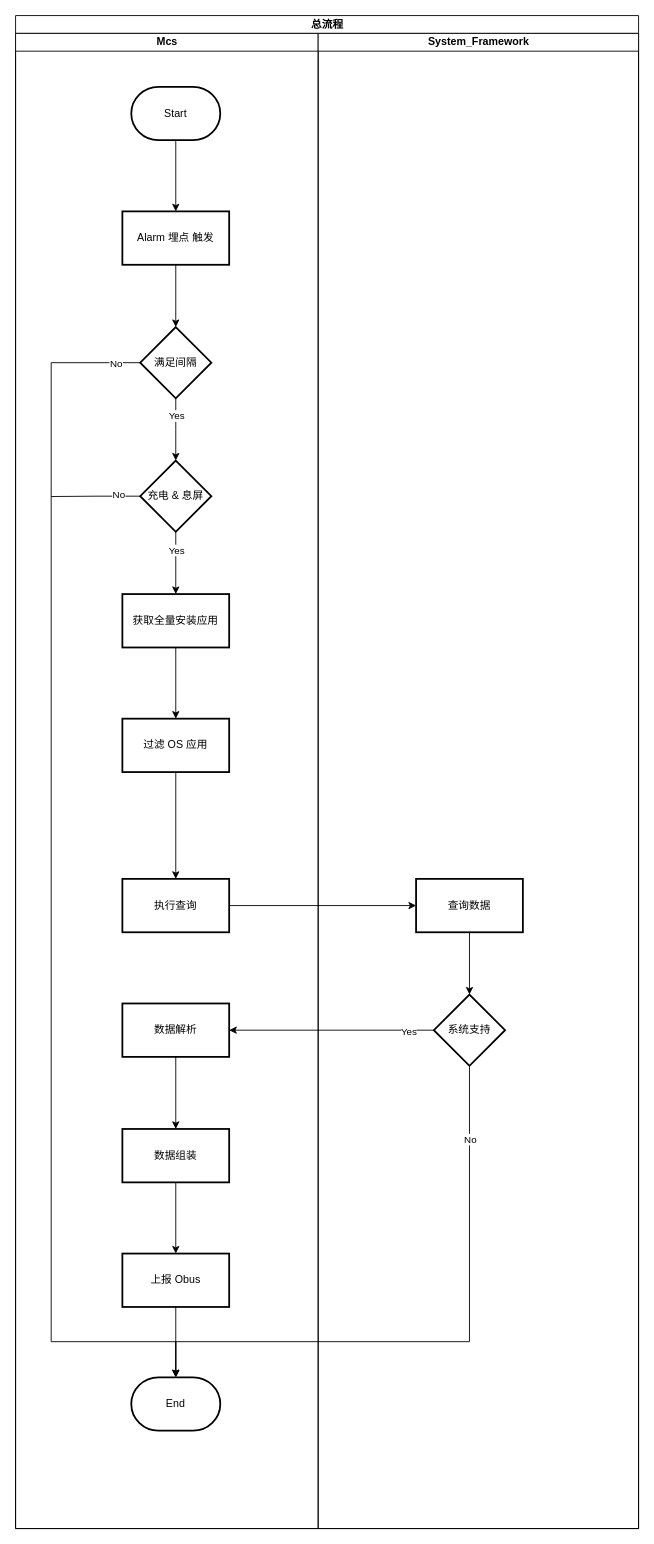
Earlier version of the draw.io diagram 系统权限采集.drawio (WatchAnt/for_draw.io). Source tidied: cells renumbered, new cells numbered last; positions are measured from the earlier drawing's top-left corner, leaving out a move shared by most shapes. Both pictures are drawn from the tidied source at 89%, with x=0, y=0 at pixel (15, 15).
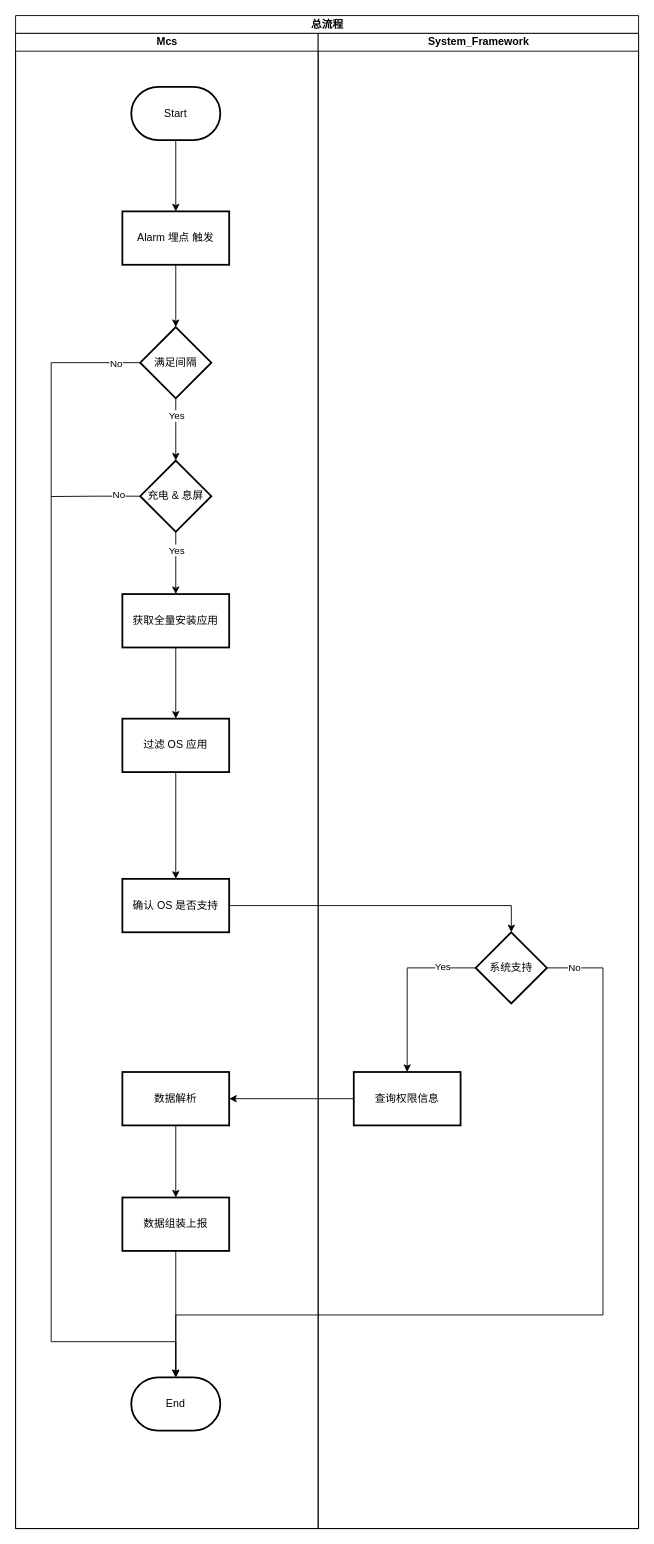
The same diagram, later.

Commit message (it also covers changes not shown here):
更新系统权限采集.drawio

The change refers to these unchanged cells:
```xml
<mxCell id="8" value="System_Framework" style="swimlane;startSize=20;html=1;" parent="2" vertex="1">
  <mxGeometry x="340" y="20" width="360" height="1680" as="geometry" />
</mxCell>
<mxCell id="34" value="End" style="strokeWidth=2;html=1;shape=mxgraph.flowchart.terminator;whiteSpace=wrap;" parent="1" vertex="1">
  <mxGeometry x="130" y="1530" width="100" height="60" as="geometry" />
</mxCell>
```

Change to the diagram source:
```diff
@@
-    <mxCell id="9" value="查询数据" style="whiteSpace=wrap;html=1;strokeWidth=2;" parent="8" vertex="1">
-      <mxGeometry x="110" y="950" width="120" height="60" as="geometry" />
-    </mxCell>
+    <mxCell id="39" style="edgeStyle=orthogonalEdgeStyle;rounded=0;jettySize=auto;html=1;exitX=0;exitY=0.5;exitDx=0;exitDy=0;entryX=0.5;entryY=0;entryDx=0;entryDy=0;" parent="8" edge="1" source="32" target="40">
+      <mxGeometry relative="1" as="geometry" />
+    </mxCell>
+    <mxCell id="29" value="Yes" style="edgeLabel;html=1;align=center;verticalAlign=middle;" parent="39" vertex="1">
+      <mxGeometry x="-0.61" y="-2" relative="1" as="geometry" />
+    </mxCell>
+    <mxCell id="32" value="系统支持" style="rhombus;whiteSpace=wrap;html=1;strokeWidth=2;" parent="8" vertex="1">
+      <mxGeometry x="177" y="1010" width="80" height="80" as="geometry" />
+    </mxCell>
+    <mxCell id="40" value="查询权限信息" style="whiteSpace=wrap;html=1;strokeWidth=2;" parent="8" vertex="1">
+      <mxGeometry x="40" y="1167" width="120" height="60" as="geometry" />
+    </mxCell>
@@
-    <mxCell id="21" style="edgeStyle=orthogonalEdgeStyle;rounded=0;jettySize=auto;html=1;entryX=0;entryY=0.5;entryDx=0;entryDy=0;" parent="1" edge="1" source="22" target="9">
+    <mxCell id="21" style="edgeStyle=orthogonalEdgeStyle;rounded=0;jettySize=auto;html=1;entryX=0.5;entryY=0;entryDx=0;entryDy=0;" parent="1" edge="1" source="22" target="32">
       <mxGeometry relative="1" as="geometry" />
     </mxCell>
-    <mxCell id="22" value="执行查询" style="whiteSpace=wrap;html=1;strokeWidth=2;" parent="1" vertex="1">
+    <mxCell id="22" value="确认 OS 是否支持" style="whiteSpace=wrap;html=1;strokeWidth=2;" parent="1" vertex="1">
       <mxGeometry x="120" y="970" width="120" height="60" as="geometry" />
     </mxCell>
-    <mxCell id="23" style="edgeStyle=orthogonalEdgeStyle;rounded=0;jettySize=auto;html=1;exitX=0.5;exitY=1;exitDx=0;exitDy=0;" parent="1" edge="1" source="9" target="32">
-      <mxGeometry relative="1" as="geometry" />
-    </mxCell>
@@
     <mxCell id="25" value="数据解析" style="whiteSpace=wrap;html=1;strokeWidth=2;" parent="1" vertex="1">
-      <mxGeometry x="120" y="1110" width="120" height="60" as="geometry" />
+      <mxGeometry x="120" y="1187" width="120" height="60" as="geometry" />
     </mxCell>
-    <mxCell id="26" style="edgeStyle=orthogonalEdgeStyle;rounded=0;jettySize=auto;html=1;" parent="1" edge="1" source="27" target="33">
-      <mxGeometry relative="1" as="geometry" />
-    </mxCell>
-    <mxCell id="27" value="数据组装" style="whiteSpace=wrap;html=1;strokeWidth=2;" parent="1" vertex="1">
-      <mxGeometry x="120" y="1251" width="120" height="60" as="geometry" />
+    <mxCell id="27" value="数据组装上报" style="whiteSpace=wrap;html=1;strokeWidth=2;" parent="1" vertex="1">
+      <mxGeometry x="120" y="1328" width="120" height="60" as="geometry" />
     </mxCell>
-    <mxCell id="28" style="edgeStyle=orthogonalEdgeStyle;rounded=0;jettySize=auto;html=1;exitX=0;exitY=0.5;exitDx=0;exitDy=0;entryX=1;entryY=0.5;entryDx=0;entryDy=0;" parent="1" edge="1" source="32" target="25">
-      <mxGeometry relative="1" as="geometry" />
-    </mxCell>
-    <mxCell id="29" value="Yes" style="edgeLabel;html=1;align=center;verticalAlign=middle;" parent="28" vertex="1">
-      <mxGeometry x="-0.75" y="1" relative="1" as="geometry" />
-    </mxCell>
-    <mxCell id="30" style="edgeStyle=orthogonalEdgeStyle;rounded=0;jettySize=auto;html=1;exitX=0.5;exitY=1;exitDx=0;exitDy=0;" parent="1" edge="1" source="32">
-      <mxGeometry relative="1" as="geometry">
-        <mxPoint x="180" y="1530" as="targetPoint" />
-        <Array as="points">
-          <mxPoint x="510" y="1490" />
-          <mxPoint x="180" y="1490" />
-        </Array>
-      </mxGeometry>
-    </mxCell>
-    <mxCell id="31" value="No" style="edgeLabel;html=1;align=center;verticalAlign=middle;" parent="30" vertex="1">
-      <mxGeometry x="-0.76" relative="1" as="geometry" />
-    </mxCell>
-    <mxCell id="32" value="系统支持" style="rhombus;whiteSpace=wrap;html=1;strokeWidth=2;" parent="1" vertex="1">
-      <mxGeometry x="470" y="1100" width="80" height="80" as="geometry" />
-    </mxCell>
-    <mxCell id="33" value="上报 Obus" style="whiteSpace=wrap;html=1;strokeWidth=2;" parent="1" vertex="1">
-      <mxGeometry x="120" y="1391" width="120" height="60" as="geometry" />
-    </mxCell>
@@
-    <mxCell id="35" style="edgeStyle=orthogonalEdgeStyle;rounded=0;jettySize=auto;html=1;entryX=0.5;entryY=0;entryDx=0;entryDy=0;entryPerimeter=0;" parent="1" edge="1" source="33" target="34">
+    <mxCell id="35" style="edgeStyle=orthogonalEdgeStyle;rounded=0;jettySize=auto;html=1;entryX=0.5;entryY=0;entryDx=0;entryDy=0;entryPerimeter=0;exitX=0.5;exitY=1;exitDx=0;exitDy=0;" parent="1" edge="1" source="27" target="34">
       <mxGeometry relative="1" as="geometry" />
     </mxCell>
@@
+    <mxCell id="30" style="edgeStyle=orthogonalEdgeStyle;rounded=0;jettySize=auto;html=1;exitX=1;exitY=0.5;exitDx=0;exitDy=0;entryX=0.5;entryY=0;entryDx=0;entryDy=0;entryPerimeter=0;" parent="1" edge="1" source="32" target="34">
+      <mxGeometry relative="1" as="geometry">
+        <Array as="points">
+          <mxPoint x="660" y="1070" />
+          <mxPoint x="660" y="1460" />
+          <mxPoint x="180" y="1460" />
+        </Array>
+      </mxGeometry>
+    </mxCell>
+    <mxCell id="31" value="No" style="edgeLabel;html=1;align=center;verticalAlign=middle;" parent="30" vertex="1">
+      <mxGeometry x="-0.94" y="1" relative="1" as="geometry" />
+    </mxCell>
+    <mxCell id="41" style="edgeStyle=orthogonalEdgeStyle;rounded=0;jettySize=auto;html=1;exitX=0;exitY=0.5;exitDx=0;exitDy=0;entryX=1;entryY=0.5;entryDx=0;entryDy=0;" parent="1" edge="1" source="40" target="25">
+      <mxGeometry relative="1" as="geometry" />
+    </mxCell>
```
